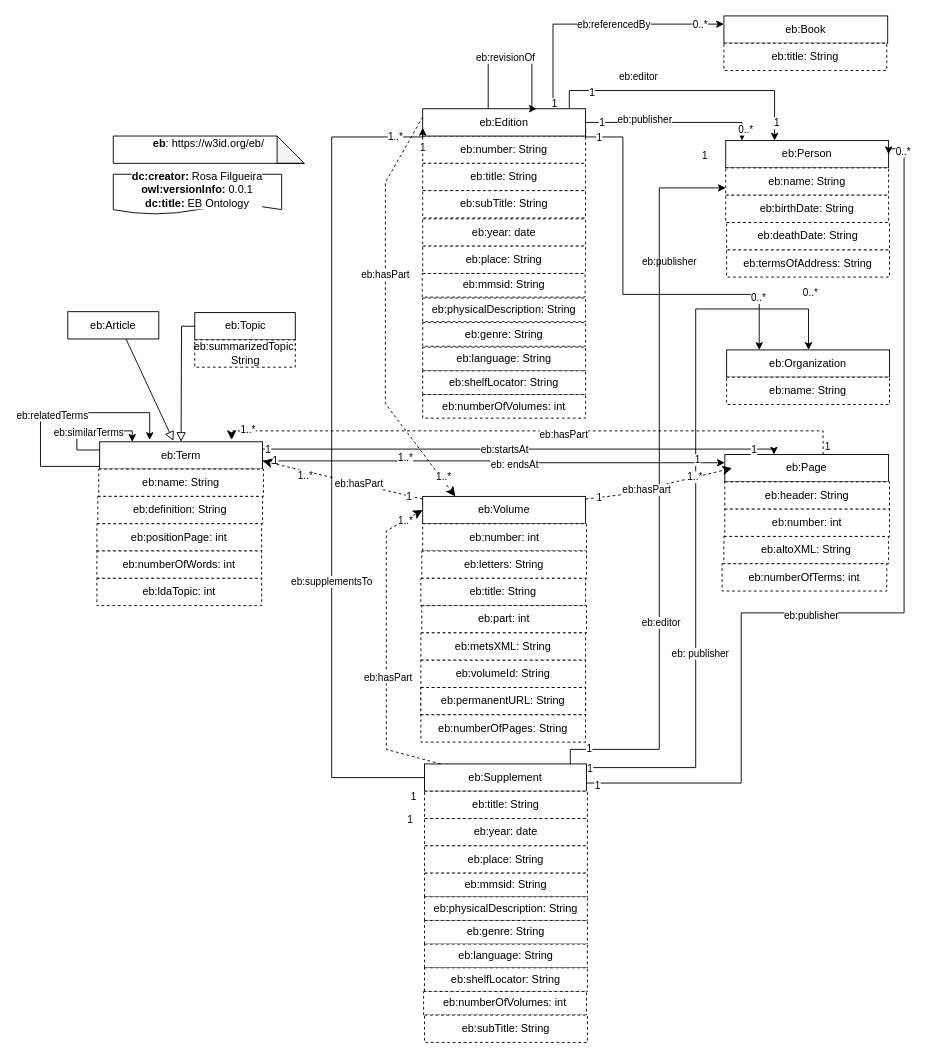
Before: eb.drawio in francesNLP/EB-ontology, a draw.io diagram. Source tidied: cells renumbered, new cells numbered last; positions are measured from the earlier drawing's top-left corner, leaving out a move shared by most shapes. Both pictures are drawn from the tidied source at 91%, with x=0, y=0 at pixel (40, 15).
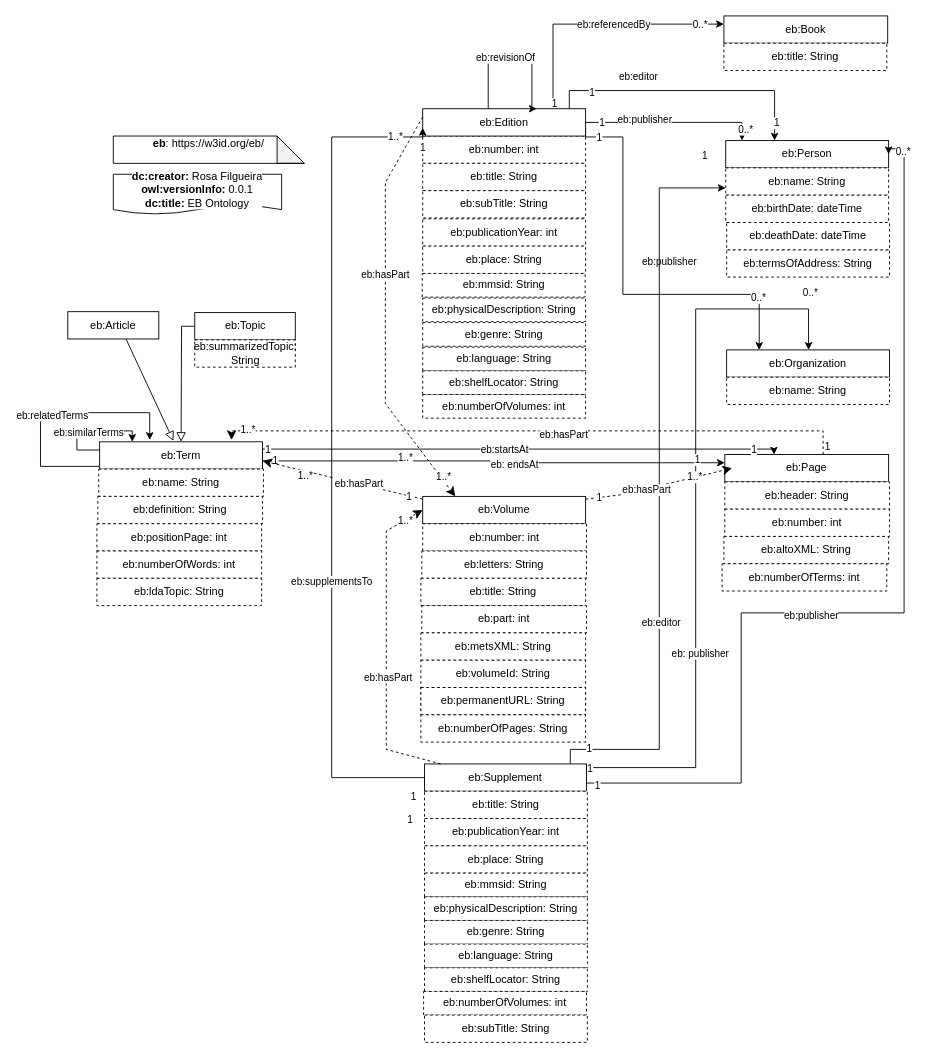
After the change.

Change to the diagram source:
```diff
@@
-    <mxCell id="3" value="eb:number: String" style="rounded=0;whiteSpace=wrap;html=1;dashed=1;" parent="1" vertex="1">
+    <mxCell id="3" value="eb:number: int" style="rounded=0;whiteSpace=wrap;html=1;dashed=1;" parent="1" vertex="1">
       <mxGeometry x="420" y="132" width="179" height="30" as="geometry" />
     </mxCell>
@@
-    <mxCell id="22" value="eb:year: date" style="rounded=0;whiteSpace=wrap;html=1;dashed=1;" parent="1" vertex="1">
+    <mxCell id="22" value="eb:publicationYear: int" style="rounded=0;whiteSpace=wrap;html=1;dashed=1;" parent="1" vertex="1">
       <mxGeometry x="420" y="223" width="179" height="30" as="geometry" />
     </mxCell>
@@
-    <mxCell id="31" value="eb:birthDate: String" style="rounded=0;whiteSpace=wrap;html=1;dashed=1;" parent="1" vertex="1">
+    <mxCell id="31" value="eb:birthDate: dateTime" style="rounded=0;whiteSpace=wrap;html=1;dashed=1;" parent="1" vertex="1">
       <mxGeometry x="753" y="197" width="179" height="30" as="geometry" />
     </mxCell>
@@
-    <mxCell id="66" value="eb:year: date" style="rounded=0;whiteSpace=wrap;html=1;dashed=1;" parent="1" vertex="1">
+    <mxCell id="66" value="eb:publicationYear: int" style="rounded=0;whiteSpace=wrap;html=1;dashed=1;" parent="1" vertex="1">
       <mxGeometry x="422" y="882" width="179" height="30" as="geometry" />
     </mxCell>
@@
-    <mxCell id="125" value="eb:deathDate: String" style="rounded=0;whiteSpace=wrap;html=1;dashed=1;" parent="1" vertex="1">
+    <mxCell id="125" value="eb:deathDate: dateTime" style="rounded=0;whiteSpace=wrap;html=1;dashed=1;" parent="1" vertex="1">
       <mxGeometry x="754" y="227" width="179" height="30" as="geometry" />
     </mxCell>
@@
-    <mxCell id="127" value="eb:ldaTopic: int" style="rounded=0;whiteSpace=wrap;html=1;dashed=1;" parent="1" vertex="1">
+    <mxCell id="127" value="eb:ldaTopic: String" style="rounded=0;whiteSpace=wrap;html=1;dashed=1;" parent="1" vertex="1">
       <mxGeometry x="62" y="618" width="181" height="30" as="geometry" />
     </mxCell>
```
